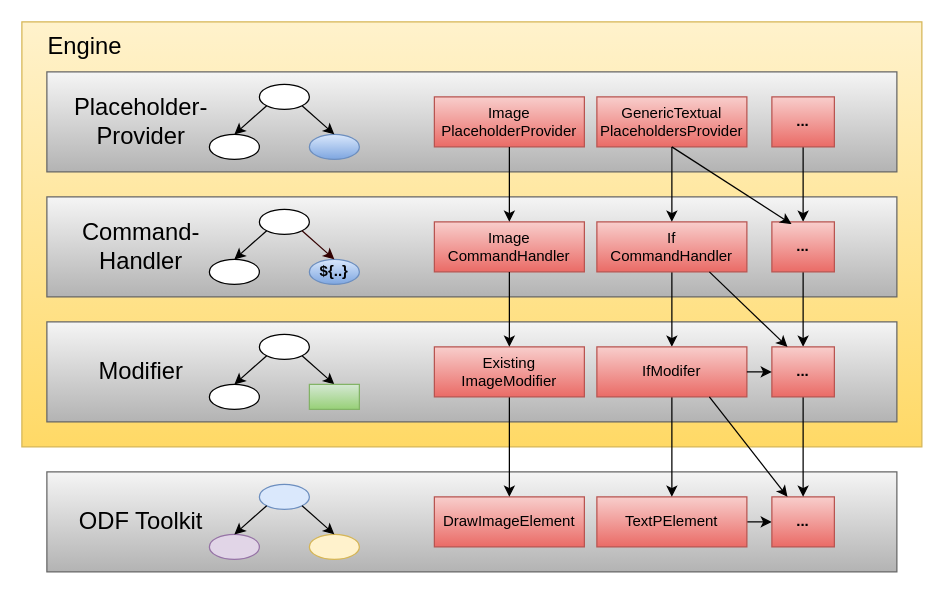
Above: doc/images/sources/simpleArchitecture.drawio in Khraahn/underdocx (draw.io), before the change. Source tidied: cells renumbered, new cells numbered last; positions are measured from the earlier drawing's top-left corner, leaving out a move shared by most shapes. Both pictures are drawn from the tidied source at 125%, with x=0, y=0 at pixel (21, 21).
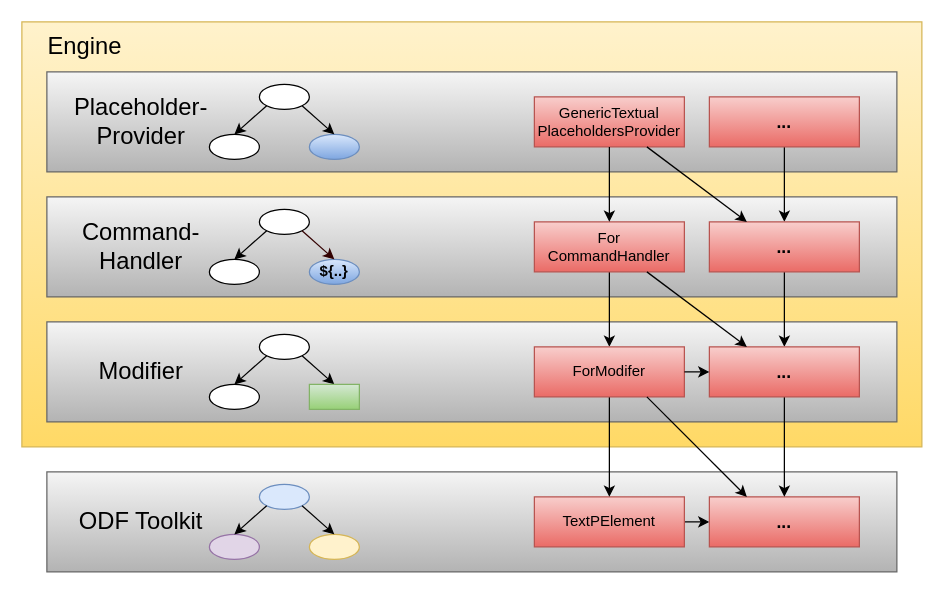
The same diagram, later.

The edit, as a diff of the source:
```diff
@@
-    <mxCell id="4" value="DrawImageElement" style="rounded=0;whiteSpace=wrap;html=1;fillColor=#f8cecc;gradientColor=#ea6b66;strokeColor=#b85450;" parent="1" vertex="1">
-      <mxGeometry x="330" y="380" width="120" height="40" as="geometry" />
-    </mxCell>
@@
     <mxCell id="6" value="TextPElement" style="rounded=0;whiteSpace=wrap;html=1;fillColor=#f8cecc;gradientColor=#ea6b66;strokeColor=#b85450;" parent="1" vertex="1">
-      <mxGeometry x="460" y="380" width="120" height="40" as="geometry" />
+      <mxGeometry x="410" y="380" width="120" height="40" as="geometry" />
     </mxCell>
-    <mxCell id="7" value="&lt;b&gt;...&lt;/b&gt;" style="rounded=0;whiteSpace=wrap;html=1;fillColor=#f8cecc;gradientColor=#ea6b66;strokeColor=#b85450;" parent="1" vertex="1">
-      <mxGeometry x="600" y="380" width="50" height="40" as="geometry" />
+    <mxCell id="7" value="&lt;b&gt;&lt;font style=&quot;font-size: 14px;&quot;&gt;...&lt;/font&gt;&lt;/b&gt;" style="rounded=0;whiteSpace=wrap;html=1;fillColor=#f8cecc;gradientColor=#ea6b66;strokeColor=#b85450;" parent="1" vertex="1">
+      <mxGeometry x="550" y="380" width="120" height="40" as="geometry" />
     </mxCell>
@@
-    <mxCell id="31" value="Image&lt;br&gt;PlaceholderProvider" style="rounded=0;whiteSpace=wrap;html=1;fillColor=#f8cecc;gradientColor=#ea6b66;strokeColor=#b85450;" parent="1" vertex="1">
-      <mxGeometry x="330" y="60" width="120" height="40" as="geometry" />
-    </mxCell>
     <mxCell id="32" value="GenericTextual&lt;br&gt;PlaceholdersProvider" style="rounded=0;whiteSpace=wrap;html=1;fillColor=#f8cecc;gradientColor=#ea6b66;strokeColor=#b85450;" parent="1" vertex="1">
-      <mxGeometry x="460" y="60" width="120" height="40" as="geometry" />
+      <mxGeometry x="410" y="60" width="120" height="40" as="geometry" />
     </mxCell>
@@
-    <mxCell id="34" value="&lt;b&gt;...&lt;/b&gt;" style="rounded=0;whiteSpace=wrap;html=1;fillColor=#f8cecc;gradientColor=#ea6b66;strokeColor=#b85450;" parent="1" vertex="1">
-      <mxGeometry x="600" y="60" width="50" height="40" as="geometry" />
+    <mxCell id="34" value="&lt;b&gt;&lt;font style=&quot;font-size: 14px;&quot;&gt;...&lt;/font&gt;&lt;/b&gt;" style="rounded=0;whiteSpace=wrap;html=1;fillColor=#f8cecc;gradientColor=#ea6b66;strokeColor=#b85450;" parent="1" vertex="1">
+      <mxGeometry x="550" y="60" width="120" height="40" as="geometry" />
     </mxCell>
-    <mxCell id="35" value="Image&lt;br&gt;CommandHandler" style="rounded=0;whiteSpace=wrap;html=1;fillColor=#f8cecc;gradientColor=#ea6b66;strokeColor=#b85450;" parent="1" vertex="1">
-      <mxGeometry x="330" y="160" width="120" height="40" as="geometry" />
-    </mxCell>
@@
-    <mxCell id="37" value="If&lt;br&gt;CommandHandler" style="rounded=0;whiteSpace=wrap;html=1;fillColor=#f8cecc;gradientColor=#ea6b66;strokeColor=#b85450;" parent="1" vertex="1">
-      <mxGeometry x="460" y="160" width="120" height="40" as="geometry" />
+    <mxCell id="37" value="For&lt;br&gt;CommandHandler" style="rounded=0;whiteSpace=wrap;html=1;fillColor=#f8cecc;gradientColor=#ea6b66;strokeColor=#b85450;" parent="1" vertex="1">
+      <mxGeometry x="410" y="160" width="120" height="40" as="geometry" />
     </mxCell>
@@
-    <mxCell id="39" value="&lt;b&gt;...&lt;/b&gt;" style="rounded=0;whiteSpace=wrap;html=1;fillColor=#f8cecc;gradientColor=#ea6b66;strokeColor=#b85450;" parent="1" vertex="1">
-      <mxGeometry x="600" y="160" width="50" height="40" as="geometry" />
+    <mxCell id="39" value="&lt;b&gt;&lt;font style=&quot;font-size: 14px;&quot;&gt;...&lt;/font&gt;&lt;/b&gt;" style="rounded=0;whiteSpace=wrap;html=1;fillColor=#f8cecc;gradientColor=#ea6b66;strokeColor=#b85450;" parent="1" vertex="1">
+      <mxGeometry x="550" y="160" width="120" height="40" as="geometry" />
     </mxCell>
-    <mxCell id="40" style="endArrow=classic;html=1;rounded=0;exitX=0.5;exitY=1;exitDx=0;exitDy=0;entryX=0.5;entryY=0;entryDx=0;entryDy=0;" parent="1" edge="1" source="31" target="35">
-      <mxGeometry relative="1" as="geometry" />
-    </mxCell>
@@
-    <mxCell id="42" style="endArrow=classic;html=1;rounded=0;exitX=0.5;exitY=1;exitDx=0;exitDy=0;entryX=0.314;entryY=0.043;entryDx=0;entryDy=0;entryPerimeter=0;" parent="1" edge="1" source="32" target="39">
+    <mxCell id="42" style="endArrow=classic;html=1;rounded=0;exitX=0.75;exitY=1;exitDx=0;exitDy=0;entryX=0.25;entryY=0;entryDx=0;entryDy=0;" parent="1" edge="1" source="32" target="39">
       <mxGeometry relative="1" as="geometry" />
     </mxCell>
-    <mxCell id="43" style="edgeStyle=orthogonalEdgeStyle;rounded=0;jettySize=auto;html=1;" parent="1" edge="1" source="44" target="4">
-      <mxGeometry relative="1" as="geometry" />
-    </mxCell>
-    <mxCell id="44" value="Existing&lt;br&gt;ImageModifier" style="rounded=0;whiteSpace=wrap;html=1;fillColor=#f8cecc;gradientColor=#ea6b66;strokeColor=#b85450;" parent="1" vertex="1">
-      <mxGeometry x="330" y="260" width="120" height="40" as="geometry" />
-    </mxCell>
-    <mxCell id="45" style="endArrow=classic;html=1;rounded=0;exitX=0.5;exitY=1;exitDx=0;exitDy=0;" parent="1" edge="1" source="35" target="44">
-      <mxGeometry relative="1" as="geometry" />
-    </mxCell>
@@
-    <mxCell id="47" value="IfModifer" style="rounded=0;whiteSpace=wrap;html=1;fillColor=#f8cecc;gradientColor=#ea6b66;strokeColor=#b85450;" parent="1" vertex="1">
-      <mxGeometry x="460" y="260" width="120" height="40" as="geometry" />
+    <mxCell id="47" value="ForModifer" style="rounded=0;whiteSpace=wrap;html=1;fillColor=#f8cecc;gradientColor=#ea6b66;strokeColor=#b85450;" parent="1" vertex="1">
+      <mxGeometry x="410" y="260" width="120" height="40" as="geometry" />
     </mxCell>
@@
-    <mxCell id="49" value="&lt;b&gt;...&lt;/b&gt;" style="rounded=0;whiteSpace=wrap;html=1;fillColor=#f8cecc;gradientColor=#ea6b66;strokeColor=#b85450;" parent="1" vertex="1">
-      <mxGeometry x="600" y="260" width="50" height="40" as="geometry" />
+    <mxCell id="49" value="&lt;b&gt;&lt;font style=&quot;font-size: 14px;&quot;&gt;...&lt;/font&gt;&lt;/b&gt;" style="rounded=0;whiteSpace=wrap;html=1;fillColor=#f8cecc;gradientColor=#ea6b66;strokeColor=#b85450;" parent="1" vertex="1">
+      <mxGeometry x="550" y="260" width="120" height="40" as="geometry" />
     </mxCell>
```
